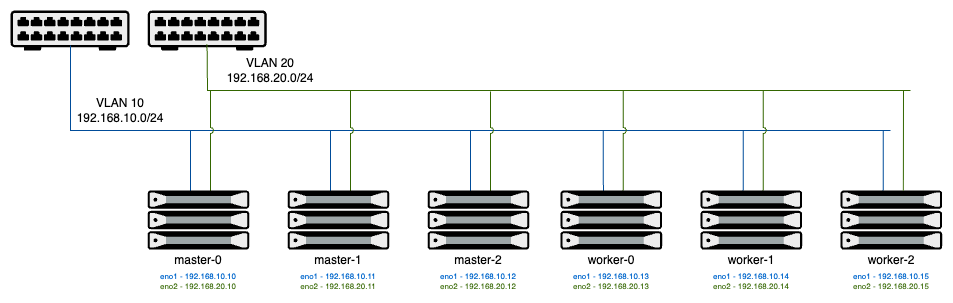
Above: diagrams/ocp-dual-nic.png in dlystra/openshift-networking-examples (draw.io), before the change. Source tidied: cells renumbered, new cells last; positions are measured from the earlier drawing's top-left corner, leaving out a move shared by most shapes.
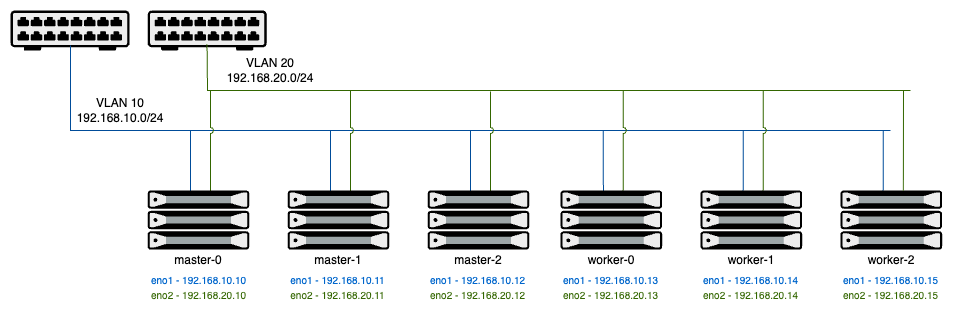
After the commit.

What changed in the source:
```diff
@@ -175,41 +175,41 @@
     <mxCell id="31" value="worker-2" style="text;strokeColor=none;align=center;fillColor=none;html=1;verticalAlign=middle;whiteSpace=wrap;rounded=0;" parent="1" vertex="1">
       <mxGeometry x="854.8" y="239.1" width="52" height="20.9" as="geometry" />
     </mxCell>
-    <mxCell id="32" value="&lt;font style=&quot;color: rgb(0, 102, 204);&quot;&gt;&lt;font style=&quot;font-size: 8px;&quot;&gt;eno1 -&amp;nbsp;&lt;/font&gt;&lt;span style=&quot;font-size: 8px; background-color: transparent;&quot;&gt;192.168.10.10&lt;/span&gt;&lt;/font&gt;" style="text;strokeColor=none;align=center;fillColor=none;html=1;verticalAlign=middle;whiteSpace=wrap;rounded=0;" parent="1" vertex="1">
-      <mxGeometry x="147.9" y="260" width="80" height="10" as="geometry" />
+    <mxCell id="32" value="&lt;font style=&quot;color: rgb(0, 102, 204); font-size: 10px;&quot;&gt;&lt;font style=&quot;&quot;&gt;eno1 -&amp;nbsp;&lt;/font&gt;&lt;span style=&quot;background-color: transparent;&quot;&gt;192.168.10.10&lt;/span&gt;&lt;/font&gt;" style="text;strokeColor=none;align=center;fillColor=none;html=1;verticalAlign=middle;whiteSpace=wrap;rounded=0;" parent="1" vertex="1">
+      <mxGeometry x="137.1" y="260" width="102.9" height="20" as="geometry" />
     </mxCell>
-    <mxCell id="33" value="&lt;font style=&quot;color: rgb(51, 102, 0);&quot;&gt;&lt;font style=&quot;font-size: 8px;&quot;&gt;eno2 -&amp;nbsp;&lt;/font&gt;&lt;span style=&quot;font-size: 8px; background-color: transparent;&quot;&gt;192.168.20.10&lt;/span&gt;&lt;/font&gt;" style="text;strokeColor=none;align=center;fillColor=none;html=1;verticalAlign=middle;whiteSpace=wrap;rounded=0;" parent="1" vertex="1">
-      <mxGeometry x="147.9" y="270" width="80" height="10" as="geometry" />
+    <mxCell id="33" value="&lt;font style=&quot;color: rgb(51, 102, 0); font-size: 10px;&quot;&gt;&lt;font style=&quot;&quot;&gt;eno2 -&amp;nbsp;&lt;/font&gt;&lt;span style=&quot;background-color: transparent;&quot;&gt;192.168.20.10&lt;/span&gt;&lt;/font&gt;" style="text;strokeColor=none;align=center;fillColor=none;html=1;verticalAlign=middle;whiteSpace=wrap;rounded=0;" parent="1" vertex="1">
+      <mxGeometry x="137.1" y="270" width="103.3" height="30" as="geometry" />
     </mxCell>
-    <mxCell id="34" value="&lt;font style=&quot;color: rgb(0, 102, 204);&quot;&gt;&lt;font style=&quot;font-size: 8px;&quot;&gt;eno1 -&amp;nbsp;&lt;/font&gt;&lt;span style=&quot;font-size: 8px; background-color: transparent;&quot;&gt;192.168.10.11&lt;/span&gt;&lt;/font&gt;" style="text;strokeColor=none;align=center;fillColor=none;html=1;verticalAlign=middle;whiteSpace=wrap;rounded=0;" parent="1" vertex="1">
-      <mxGeometry x="287.9" y="260" width="80" height="10" as="geometry" />
+    <mxCell id="34" value="&lt;font style=&quot;color: rgb(0, 102, 204); font-size: 10px;&quot;&gt;&lt;font style=&quot;&quot;&gt;eno1 -&amp;nbsp;&lt;/font&gt;&lt;span style=&quot;background-color: transparent;&quot;&gt;192.168.10.11&lt;/span&gt;&lt;/font&gt;" style="text;strokeColor=none;align=center;fillColor=none;html=1;verticalAlign=middle;whiteSpace=wrap;rounded=0;" parent="1" vertex="1">
+      <mxGeometry x="276.3" y="260" width="102.9" height="20" as="geometry" />
     </mxCell>
-    <mxCell id="35" value="&lt;font style=&quot;color: rgb(51, 102, 0);&quot;&gt;&lt;font style=&quot;font-size: 8px;&quot;&gt;eno2 -&amp;nbsp;&lt;/font&gt;&lt;span style=&quot;font-size: 8px; background-color: transparent;&quot;&gt;192.168.20.11&lt;/span&gt;&lt;/font&gt;" style="text;strokeColor=none;align=center;fillColor=none;html=1;verticalAlign=middle;whiteSpace=wrap;rounded=0;" parent="1" vertex="1">
-      <mxGeometry x="287.9" y="270" width="80" height="10" as="geometry" />
+    <mxCell id="35" value="&lt;font style=&quot;color: rgb(51, 102, 0); font-size: 10px;&quot;&gt;&lt;font style=&quot;&quot;&gt;eno2 -&amp;nbsp;&lt;/font&gt;&lt;span style=&quot;background-color: transparent;&quot;&gt;192.168.20.11&lt;/span&gt;&lt;/font&gt;" style="text;strokeColor=none;align=center;fillColor=none;html=1;verticalAlign=middle;whiteSpace=wrap;rounded=0;" parent="1" vertex="1">
+      <mxGeometry x="276.3" y="270" width="103.3" height="30" as="geometry" />
     </mxCell>
-    <mxCell id="36" value="&lt;font style=&quot;color: rgb(0, 102, 204);&quot;&gt;&lt;font style=&quot;font-size: 8px;&quot;&gt;eno1 -&amp;nbsp;&lt;/font&gt;&lt;span style=&quot;font-size: 8px; background-color: transparent;&quot;&gt;192.168.10.12&lt;/span&gt;&lt;/font&gt;" style="text;strokeColor=none;align=center;fillColor=none;html=1;verticalAlign=middle;whiteSpace=wrap;rounded=0;" parent="1" vertex="1">
-      <mxGeometry x="427.9" y="260" width="80" height="10" as="geometry" />
+    <mxCell id="36" value="&lt;font style=&quot;color: rgb(0, 102, 204); font-size: 10px;&quot;&gt;&lt;font style=&quot;&quot;&gt;eno1 -&amp;nbsp;&lt;/font&gt;&lt;span style=&quot;background-color: transparent;&quot;&gt;192.168.10.12&lt;/span&gt;&lt;/font&gt;" style="text;strokeColor=none;align=center;fillColor=none;html=1;verticalAlign=middle;whiteSpace=wrap;rounded=0;" parent="1" vertex="1">
+      <mxGeometry x="416.3" y="260" width="102.9" height="20" as="geometry" />
     </mxCell>
-    <mxCell id="37" value="&lt;font style=&quot;color: rgb(51, 102, 0);&quot;&gt;&lt;font style=&quot;font-size: 8px;&quot;&gt;eno2 -&amp;nbsp;&lt;/font&gt;&lt;span style=&quot;font-size: 8px; background-color: transparent;&quot;&gt;192.168.20.12&lt;/span&gt;&lt;/font&gt;" style="text;strokeColor=none;align=center;fillColor=none;html=1;verticalAlign=middle;whiteSpace=wrap;rounded=0;" parent="1" vertex="1">
-      <mxGeometry x="427.9" y="270" width="80" height="10" as="geometry" />
+    <mxCell id="37" value="&lt;font style=&quot;color: rgb(51, 102, 0); font-size: 10px;&quot;&gt;&lt;font style=&quot;&quot;&gt;eno2 -&amp;nbsp;&lt;/font&gt;&lt;span style=&quot;background-color: transparent;&quot;&gt;192.168.20.12&lt;/span&gt;&lt;/font&gt;" style="text;strokeColor=none;align=center;fillColor=none;html=1;verticalAlign=middle;whiteSpace=wrap;rounded=0;" parent="1" vertex="1">
+      <mxGeometry x="416.3" y="270" width="103.3" height="30" as="geometry" />
     </mxCell>
-    <mxCell id="38" value="&lt;font style=&quot;color: rgb(0, 102, 204);&quot;&gt;&lt;font style=&quot;font-size: 8px;&quot;&gt;eno1 -&amp;nbsp;&lt;/font&gt;&lt;span style=&quot;font-size: 8px; background-color: transparent;&quot;&gt;192.168.10.13&lt;/span&gt;&lt;/font&gt;" style="text;strokeColor=none;align=center;fillColor=none;html=1;verticalAlign=middle;whiteSpace=wrap;rounded=0;" parent="1" vertex="1">
-      <mxGeometry x="560.8" y="260" width="80" height="10" as="geometry" />
+    <mxCell id="38" value="&lt;font style=&quot;color: rgb(0, 102, 204); font-size: 10px;&quot;&gt;&lt;font style=&quot;&quot;&gt;eno1 -&amp;nbsp;&lt;/font&gt;&lt;span style=&quot;background-color: transparent;&quot;&gt;192.168.10.13&lt;/span&gt;&lt;/font&gt;" style="text;strokeColor=none;align=center;fillColor=none;html=1;verticalAlign=middle;whiteSpace=wrap;rounded=0;" parent="1" vertex="1">
+      <mxGeometry x="549.2" y="260" width="102.9" height="20" as="geometry" />
     </mxCell>
-    <mxCell id="39" value="&lt;font style=&quot;color: rgb(51, 102, 0);&quot;&gt;&lt;font style=&quot;font-size: 8px;&quot;&gt;eno2 -&amp;nbsp;&lt;/font&gt;&lt;span style=&quot;font-size: 8px; background-color: transparent;&quot;&gt;192.168.20.13&lt;/span&gt;&lt;/font&gt;" style="text;strokeColor=none;align=center;fillColor=none;html=1;verticalAlign=middle;whiteSpace=wrap;rounded=0;" parent="1" vertex="1">
-      <mxGeometry x="560.8" y="270" width="80" height="10" as="geometry" />
+    <mxCell id="39" value="&lt;font style=&quot;color: rgb(51, 102, 0); font-size: 10px;&quot;&gt;&lt;font style=&quot;&quot;&gt;eno2 -&amp;nbsp;&lt;/font&gt;&lt;span style=&quot;background-color: transparent;&quot;&gt;192.168.20.13&lt;/span&gt;&lt;/font&gt;" style="text;strokeColor=none;align=center;fillColor=none;html=1;verticalAlign=middle;whiteSpace=wrap;rounded=0;" parent="1" vertex="1">
+      <mxGeometry x="549.2" y="270" width="103.3" height="30" as="geometry" />
     </mxCell>
-    <mxCell id="40" value="&lt;font style=&quot;color: rgb(0, 102, 204);&quot;&gt;&lt;font style=&quot;font-size: 8px;&quot;&gt;eno1 -&amp;nbsp;&lt;/font&gt;&lt;span style=&quot;font-size: 8px; background-color: transparent;&quot;&gt;192.168.10.14&lt;/span&gt;&lt;/font&gt;" style="text;strokeColor=none;align=center;fillColor=none;html=1;verticalAlign=middle;whiteSpace=wrap;rounded=0;" parent="1" vertex="1">
-      <mxGeometry x="700.8" y="260" width="80" height="10" as="geometry" />
+    <mxCell id="40" value="&lt;font style=&quot;color: rgb(0, 102, 204); font-size: 10px;&quot;&gt;&lt;font style=&quot;&quot;&gt;eno1 -&amp;nbsp;&lt;/font&gt;&lt;span style=&quot;background-color: transparent;&quot;&gt;192.168.10.14&lt;/span&gt;&lt;/font&gt;" style="text;strokeColor=none;align=center;fillColor=none;html=1;verticalAlign=middle;whiteSpace=wrap;rounded=0;" parent="1" vertex="1">
+      <mxGeometry x="689.2" y="260" width="102.9" height="20" as="geometry" />
     </mxCell>
-    <mxCell id="41" value="&lt;font style=&quot;color: rgb(51, 102, 0);&quot;&gt;&lt;font style=&quot;font-size: 8px;&quot;&gt;eno2 -&amp;nbsp;&lt;/font&gt;&lt;span style=&quot;font-size: 8px; background-color: transparent;&quot;&gt;192.168.20.14&lt;/span&gt;&lt;/font&gt;" style="text;strokeColor=none;align=center;fillColor=none;html=1;verticalAlign=middle;whiteSpace=wrap;rounded=0;" parent="1" vertex="1">
-      <mxGeometry x="700.8" y="270" width="80" height="10" as="geometry" />
+    <mxCell id="41" value="&lt;font style=&quot;color: rgb(51, 102, 0); font-size: 10px;&quot;&gt;&lt;font style=&quot;&quot;&gt;eno2 -&amp;nbsp;&lt;/font&gt;&lt;span style=&quot;background-color: transparent;&quot;&gt;192.168.20.14&lt;/span&gt;&lt;/font&gt;" style="text;strokeColor=none;align=center;fillColor=none;html=1;verticalAlign=middle;whiteSpace=wrap;rounded=0;" parent="1" vertex="1">
+      <mxGeometry x="689.2" y="270" width="103.3" height="30" as="geometry" />
     </mxCell>
-    <mxCell id="42" value="&lt;font style=&quot;color: rgb(0, 102, 204);&quot;&gt;&lt;font style=&quot;font-size: 8px;&quot;&gt;eno1 -&amp;nbsp;&lt;/font&gt;&lt;span style=&quot;font-size: 8px; background-color: transparent;&quot;&gt;192.168.10.15&lt;/span&gt;&lt;/font&gt;" style="text;strokeColor=none;align=center;fillColor=none;html=1;verticalAlign=middle;whiteSpace=wrap;rounded=0;" parent="1" vertex="1">
-      <mxGeometry x="840.8" y="260" width="80" height="10" as="geometry" />
+    <mxCell id="42" value="&lt;font style=&quot;color: rgb(0, 102, 204); font-size: 10px;&quot;&gt;&lt;font style=&quot;&quot;&gt;eno1 -&amp;nbsp;&lt;/font&gt;&lt;span style=&quot;background-color: transparent;&quot;&gt;192.168.10.15&lt;/span&gt;&lt;/font&gt;" style="text;strokeColor=none;align=center;fillColor=none;html=1;verticalAlign=middle;whiteSpace=wrap;rounded=0;" parent="1" vertex="1">
+      <mxGeometry x="829.2" y="260" width="102.9" height="20" as="geometry" />
     </mxCell>
-    <mxCell id="43" value="&lt;font style=&quot;color: rgb(51, 102, 0);&quot;&gt;&lt;font style=&quot;font-size: 8px;&quot;&gt;eno2 -&amp;nbsp;&lt;/font&gt;&lt;span style=&quot;font-size: 8px; background-color: transparent;&quot;&gt;192.168.20.15&lt;/span&gt;&lt;/font&gt;" style="text;strokeColor=none;align=center;fillColor=none;html=1;verticalAlign=middle;whiteSpace=wrap;rounded=0;" parent="1" vertex="1">
-      <mxGeometry x="840.8" y="270" width="80" height="10" as="geometry" />
+    <mxCell id="43" value="&lt;font style=&quot;color: rgb(51, 102, 0); font-size: 10px;&quot;&gt;&lt;font style=&quot;&quot;&gt;eno2 -&amp;nbsp;&lt;/font&gt;&lt;span style=&quot;background-color: transparent;&quot;&gt;192.168.20.15&lt;/span&gt;&lt;/font&gt;" style="text;strokeColor=none;align=center;fillColor=none;html=1;verticalAlign=middle;whiteSpace=wrap;rounded=0;" parent="1" vertex="1">
+      <mxGeometry x="829.2" y="270" width="103.3" height="30" as="geometry" />
     </mxCell>
   </root>
 </mxGraphModel>
```
